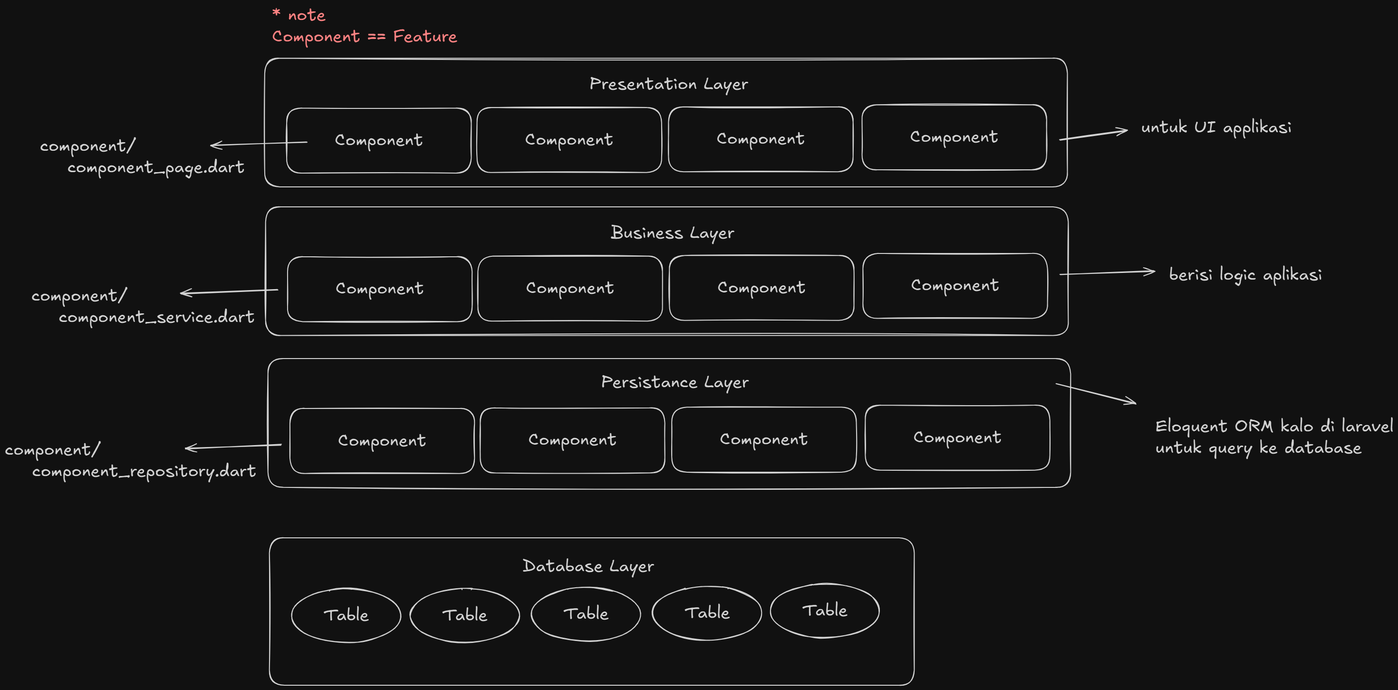
Above: LAYERED-ARCHITECTURE.excalidraw.png in RIOKOWI/software-architecture (Excalidraw), before the change. Source tidied: one line per element, renumbered; positions are measured from the earlier drawing's top-left corner, leaving out a move shared by most shapes.
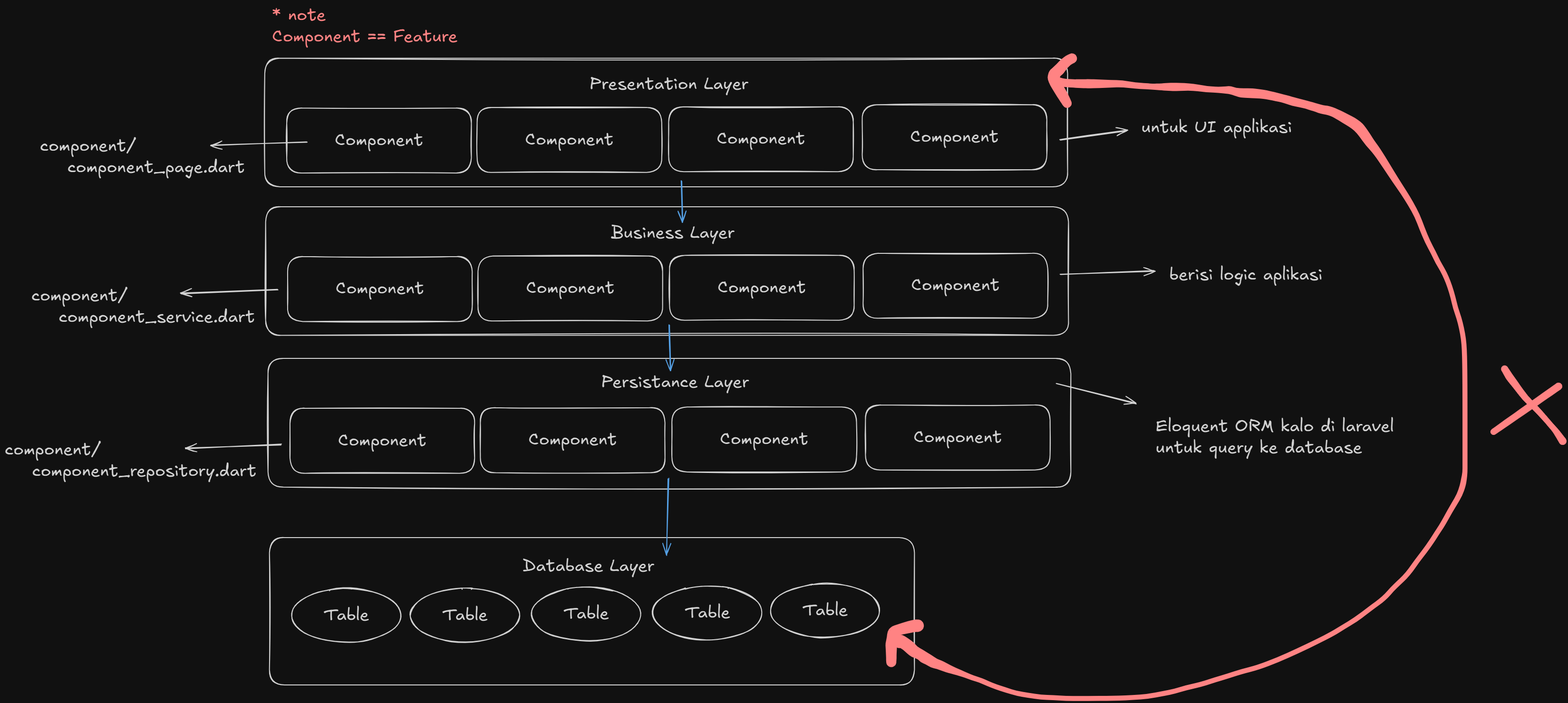
The same file after the commit.

Commit message:
docs(layered architecture): layers of isolation

Change to the diagram source:
```diff
@@ -53,3 +53,11 @@
 {"id": 52, "type": "text", "text": "berisi logic aplikasi", "strokeColor": "#1e1e1e", "strokeWidth": 2, "roughness": 1, "fontSize": 36, "fontFamily": 5, "x": 2449, "y": 546, "width": 323, "height": 45}
 {"id": 53, "type": "arrow", "strokeColor": "#1e1e1e", "strokeWidth": 2, "roughness": 1, "endArrowhead": "arrow", "round": true, "from": 6, "x": 2221, "y": 285, "width": 140, "height": 20, "points": [[0, 0], [140, -20]]}
 {"id": 54, "type": "text", "text": "untuk UI applikasi", "strokeColor": "#1e1e1e", "strokeWidth": 2, "roughness": 1, "fontSize": 36, "fontFamily": 5, "x": 2391, "y": 236, "width": 317, "height": 45}
+{"id": 55, "type": "arrow", "strokeColor": "#1971c2", "strokeWidth": 2, "roughness": 1, "endArrowhead": "arrow", "round": true, "from": 8, "to": 13, "x": 1424, "y": 372, "width": 2, "height": 84, "points": [[0, 0], [2, 84]]}
+{"id": 56, "type": "arrow", "strokeColor": "#1971c2", "strokeWidth": 2, "roughness": 1, "endArrowhead": "arrow", "round": true, "from": 18, "to": 23, "x": 1398, "y": 674, "width": 2, "height": 96, "points": [[0, 0], [2, 96]]}
+{"id": 57, "type": "arrow", "strokeColor": "#1971c2", "strokeWidth": 2, "roughness": 1, "endArrowhead": "arrow", "round": true, "from": 28, "x": 1396, "y": 998, "width": 4, "height": 160, "points": [[0, 0], [-4, 160]]}
+{"id": 58, "type": "freedraw", "strokeColor": "#e03131", "strokeWidth": 4, "roughness": 1, "x": 2211, "y": 160, "width": 1190, "height": 1300, "points": [[0, 0], [67, 7], [207, 13], [293, 13], [370, 20], [447, 30], [537, 53], [603, 77], [643, 107], [743, 253], [820, 410], [860, 560], [860, 737], [853, 863], [783, 980], [687, 1093], [523, 1193], [297, 1273], [110, 1300], [-80, 1290], [-200, 1247], [-247, 1230], [-277, 1213], [-300, 1200], [-313, 1187], [-330, 1180]]}
+{"id": 59, "type": "freedraw", "strokeColor": "#e03131", "strokeWidth": 4, "roughness": 1, "x": 3155, "y": 766, "width": 123, "height": 153, "points": [[0, 0], [0, 3], [3, 7], [10, 17], [17, 27], [33, 47], [57, 80], [83, 100], [97, 117], [107, 130], [113, 137], [117, 143], [120, 150], [123, 153], [123, 153]]}
+{"id": 60, "type": "freedraw", "strokeColor": "#e03131", "strokeWidth": 4, "roughness": 1, "x": 3268, "y": 803, "width": 167, "height": 117, "points": [[0, 0], [-167, 117], [-167, 117]]}
+{"id": 61, "type": "freedraw", "strokeColor": "#e03131", "strokeWidth": 4, "roughness": 1, "x": 1865, "y": 1383, "width": 57, "height": 77, "points": [[0, 0], [0, -3], [0, -7], [0, -10], [0, -13], [0, -20], [0, -27], [0, -30], [0, -33], [0, -37], [0, -43], [0, -47], [3, -50], [3, -53], [3, -57], [3, -60], [3, -63], [10, -67], [27, -70], [33, -73], [37, -73], [40, -73], [47, -77], [50, -77], [53, -77], [57, -77], [57, -77]]}
+{"id": 62, "type": "freedraw", "strokeColor": "#e03131", "strokeWidth": 4, "roughness": 1, "x": 2245, "y": 113, "width": 43, "height": 110, "points": [[0, 0], [0, -3], [-7, 0], [-7, 3], [-10, 7], [-13, 7], [-13, 10], [-20, 13], [-23, 17], [-23, 20], [-23, 23], [-30, 27], [-33, 27], [-33, 30], [-37, 30], [-37, 33], [-40, 37], [-40, 40], [-43, 40], [-3, 107], [-3, 107]]}
```
